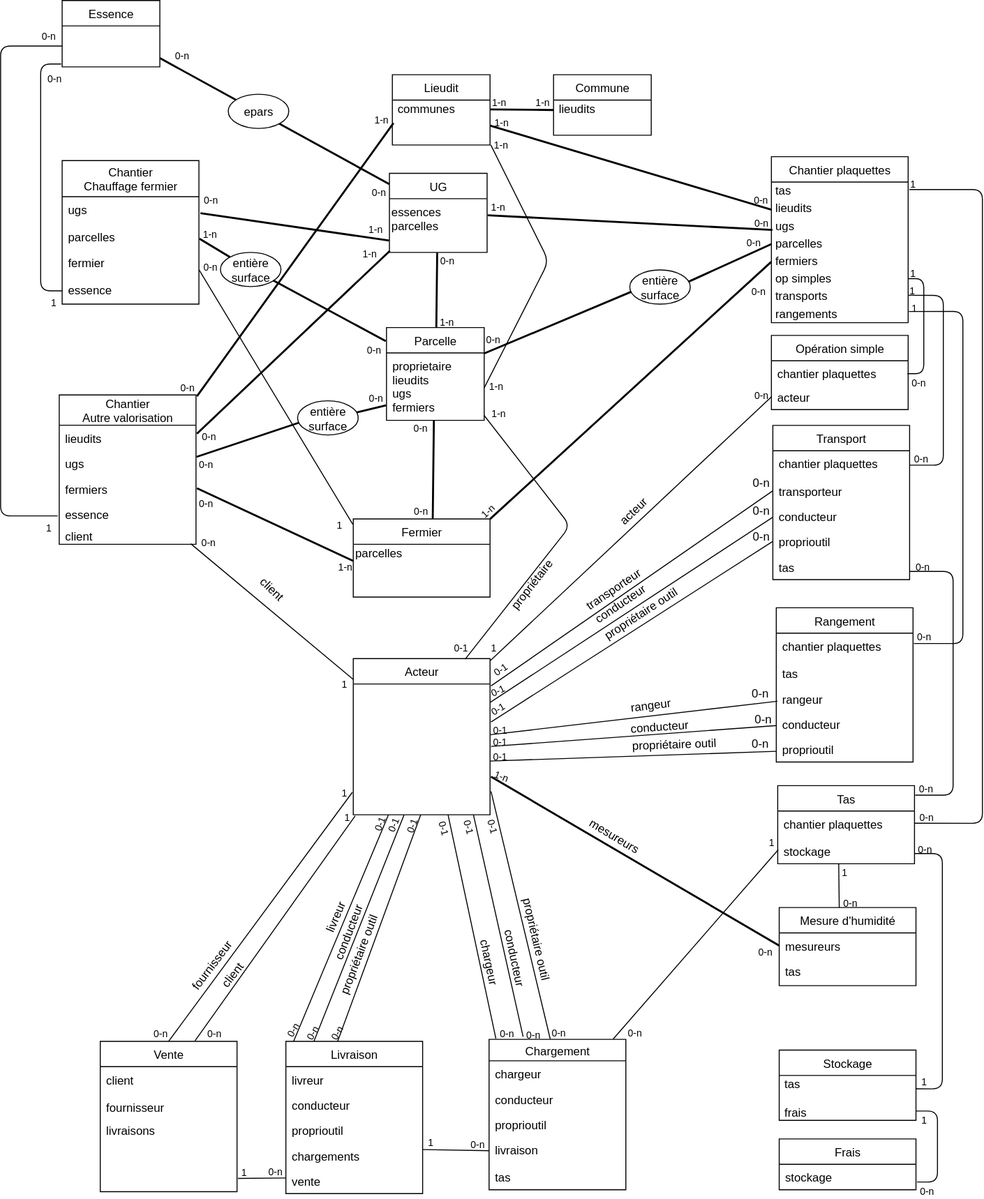
Before: doc/schema-bdd-bdl.svg, a diagram exported from draw.io (bdlarzac/chantiers). Source tidied: cells renumbered, new cells last; positions are measured from the earlier drawing's top-left corner, leaving out a move shared by most shapes.
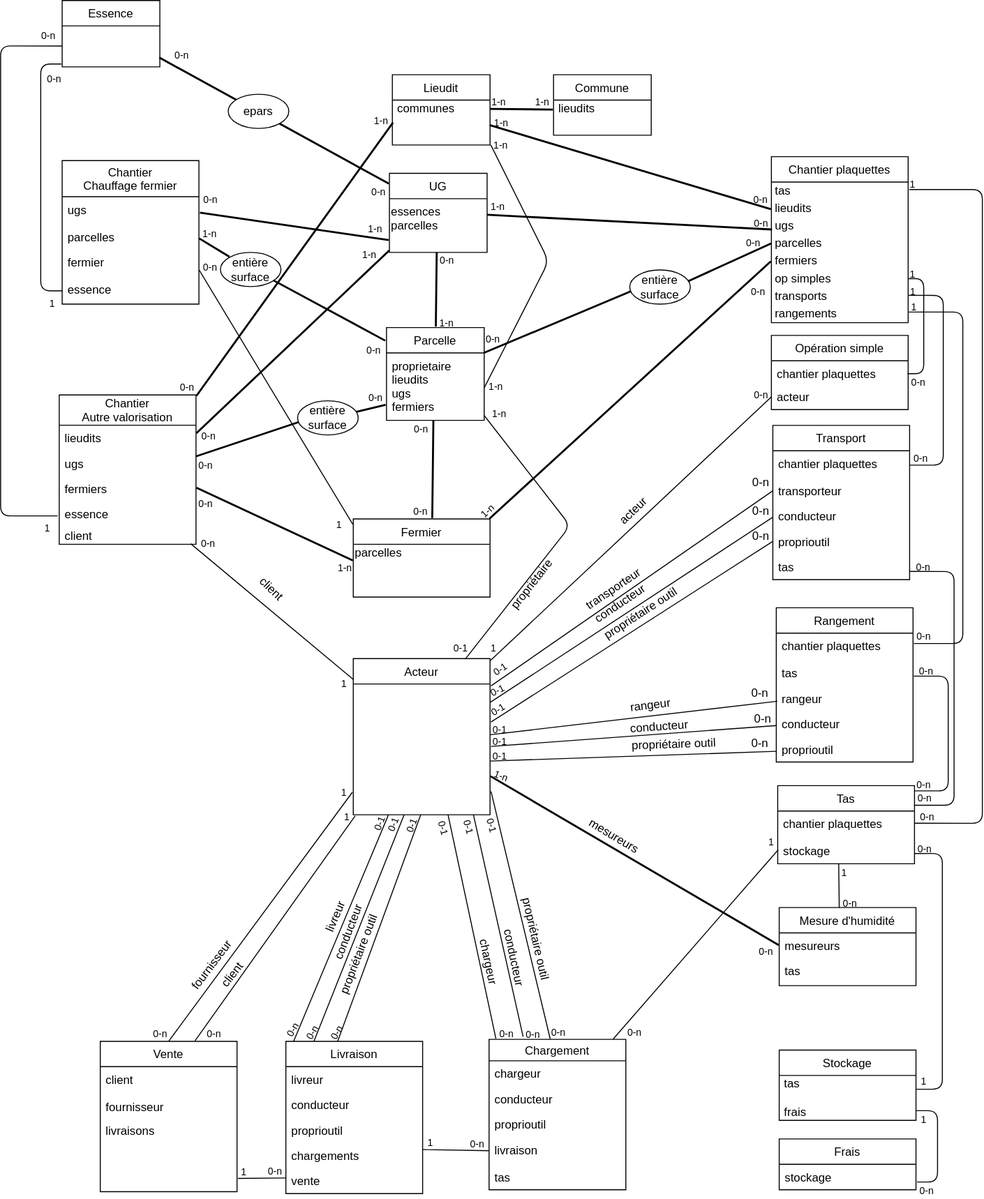
The same diagram one commit later.

Commit message:
Fix oubli dans schema BDD

What changed in the source:
```diff
@@ -534,11 +534,11 @@
         <mxPoint x="-6" y="38" as="offset" />
       </mxGeometry>
     </mxCell>
-    <mxCell id="121" style="endArrow=none;html=1;strokeWidth=1;exitX=1.005;exitY=0.122;exitDx=0;exitDy=0;exitPerimeter=0;edgeStyle=orthogonalEdgeStyle;entryX=1.002;entryY=0.677;entryDx=0;entryDy=0;entryPerimeter=0;" parent="1" edge="1" source="175" target="174">
+    <mxCell id="121" style="endArrow=none;html=1;strokeWidth=1;exitX=1;exitY=0.251;exitDx=0;exitDy=0;exitPerimeter=0;edgeStyle=orthogonalEdgeStyle;entryX=1.002;entryY=0.677;entryDx=0;entryDy=0;entryPerimeter=0;" parent="1" edge="1" source="175" target="174">
       <mxGeometry relative="1" as="geometry">
         <Array as="points">
-          <mxPoint x="975" y="813.7" />
-          <mxPoint x="975" y="584.7" />
+          <mxPoint x="976" y="824" />
+          <mxPoint x="976" y="585" />
         </Array>
       </mxGeometry>
     </mxCell>
@@ -977,5 +977,23 @@
     <mxCell id="243" value="epars" style="ellipse;whiteSpace=wrap;html=1;labelBackgroundColor=none;" parent="1" vertex="1">
       <mxGeometry x="233" y="96" width="62" height="35" as="geometry" />
     </mxCell>
+    <mxCell id="244" style="endArrow=none;html=1;strokeWidth=1;exitX=1.001;exitY=0.067;exitDx=0;exitDy=0;exitPerimeter=0;edgeStyle=orthogonalEdgeStyle;entryX=1.005;entryY=0.615;entryDx=0;entryDy=0;entryPerimeter=0;" parent="1" edge="1" source="175" target="195">
+      <mxGeometry relative="1" as="geometry">
+        <Array as="points">
+          <mxPoint x="970" y="810" />
+          <mxPoint x="970" y="692" />
+        </Array>
+      </mxGeometry>
+    </mxCell>
+    <mxCell id="245" value="0-n" style="html=1;align=left;verticalAlign=bottom;labelBackgroundColor=none;fontSize=10;" parent="244" vertex="1">
+      <mxGeometry x="-1" relative="1" as="geometry">
+        <mxPoint y="1" as="offset" />
+      </mxGeometry>
+    </mxCell>
+    <mxCell id="246" value="0-n" style="html=1;align=right;verticalAlign=bottom;labelBackgroundColor=none;fontSize=10;" parent="244" vertex="1">
+      <mxGeometry x="1" relative="1" as="geometry">
+        <mxPoint x="20.3" y="2.9" as="offset" />
+      </mxGeometry>
+    </mxCell>
   </root>
 </mxGraphModel>
```
